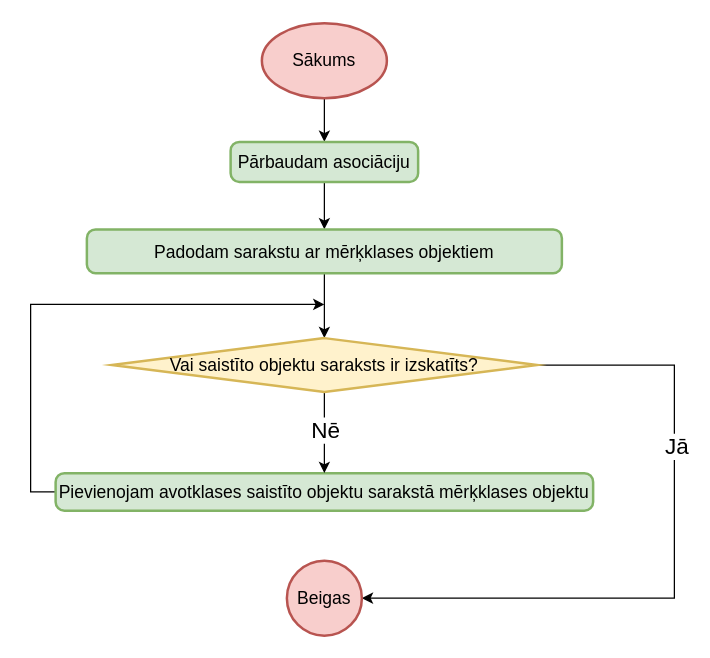
Earlier version of the draw.io diagram page "Asociācijas uzstādīšana" (5 of 6) of src/Kvalifikacijas darbs/Diagrammas/Ģenerētais kods.drawio (artiks12/webAppOS). Source tidied: cells renumbered, new cells numbered last; positions are measured from the earlier drawing's top-left corner, leaving out a move shared by most shapes. Both pictures are drawn from the tidied source at 125%, with x=0, y=0 at pixel (30, 22).
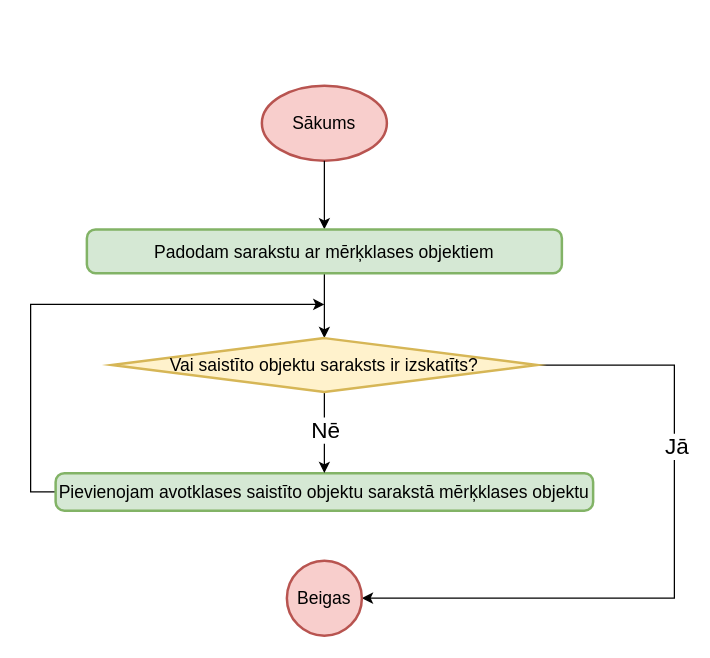
The same diagram, later.

The change refers to these unchanged cells:
```xml
<mxCell id="7" value="Padodam sarakstu ar mērķklases objektiem" style="rounded=1;whiteSpace=wrap;html=1;absoluteArcSize=1;arcSize=14;strokeWidth=2;fontSize=14;fillColor=#d5e8d4;strokeColor=#82b366;" parent="1" vertex="1">
  <mxGeometry x="45" y="165" width="380" height="35" as="geometry" />
</mxCell>
```

Change to the diagram source:
```diff
@@
-    <mxCell id="2" style="edgeStyle=orthogonalEdgeStyle;rounded=0;jettySize=auto;html=1;entryX=0.5;entryY=0;entryDx=0;entryDy=0;fontSize=18;" parent="1" edge="1" source="3" target="5">
-      <mxGeometry relative="1" as="geometry" />
-    </mxCell>
     <mxCell id="3" value="Sākums" style="strokeWidth=2;html=1;shape=mxgraph.flowchart.start_1;whiteSpace=wrap;fontSize=14;fillColor=#f8cecc;strokeColor=#b85450;" parent="1" vertex="1">
-      <mxGeometry x="185" width="100" height="60" as="geometry" />
+      <mxGeometry x="185" y="50" width="100" height="60" as="geometry" />
     </mxCell>
-    <mxCell id="4" style="edgeStyle=orthogonalEdgeStyle;rounded=0;jettySize=auto;html=1;entryX=0.5;entryY=0;entryDx=0;entryDy=0;fontSize=18;" parent="1" edge="1" source="5" target="7">
+    <mxCell id="4" style="edgeStyle=orthogonalEdgeStyle;rounded=0;jettySize=auto;html=1;entryX=0.5;entryY=0;entryDx=0;entryDy=0;fontSize=18;exitX=0.5;exitY=1;exitDx=0;exitDy=0;exitPerimeter=0;" parent="1" edge="1" source="3" target="7">
       <mxGeometry relative="1" as="geometry" />
     </mxCell>
-    <mxCell id="5" value="Pārbaudam asociāciju" style="rounded=1;whiteSpace=wrap;html=1;absoluteArcSize=1;arcSize=14;strokeWidth=2;fontSize=14;fillColor=#d5e8d4;strokeColor=#82b366;" parent="1" vertex="1">
-      <mxGeometry x="160" y="95" width="150" height="32" as="geometry" />
-    </mxCell>
```
